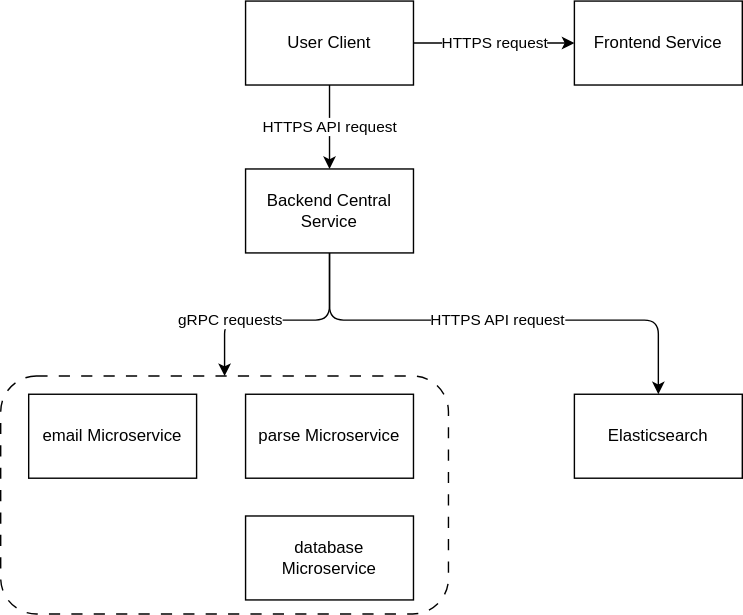
dongmingli-Ben/email-wizard keeps this draw.io diagram as assets/architecture.drawio.svg. Above is the earlier version. Source tidied: cells renumbered, new cells last; positions are measured from the earlier drawing's top-left corner, leaving out a move shared by most shapes.
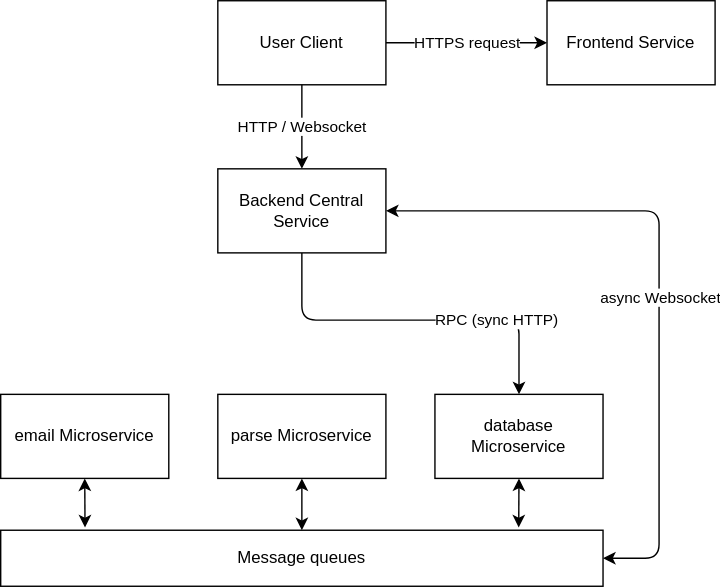
Above is the later version.

The edit, as a diff of the source:
```diff
@@ -2,9 +2,6 @@
   <root>
     <mxCell id="0" />
     <mxCell id="1" parent="0" />
-    <mxCell id="2" style="rounded=1;whiteSpace=wrap;html=1;dashed=1;dashPattern=8 8;" parent="1" vertex="1">
-      <mxGeometry y="268" width="320" height="170" as="geometry" />
-    </mxCell>
     <mxCell id="3" value="HTTPS request" style="edgeStyle=orthogonalEdgeStyle;jumpStyle=none;html=1;exitX=1;exitY=0.5;exitDx=0;exitDy=0;entryX=0;entryY=0.5;entryDx=0;entryDy=0;strokeColor=default;" parent="1" edge="1" source="4" target="6">
       <mxGeometry relative="1" as="geometry">
         <Array as="points">
@@ -16,28 +13,20 @@
     <mxCell id="4" value="User Client" style="rounded=0;whiteSpace=wrap;html=1;" parent="1" vertex="1">
       <mxGeometry x="175" width="120" height="60" as="geometry" />
     </mxCell>
-    <mxCell id="5" value="HTTPS API request" style="edgeStyle=orthogonalEdgeStyle;jumpStyle=none;html=1;exitX=0.5;exitY=1;exitDx=0;exitDy=0;strokeColor=default;entryX=0.5;entryY=0;entryDx=0;entryDy=0;" parent="1" edge="1" source="4" target="9">
+    <mxCell id="5" value="HTTP / Websocket" style="edgeStyle=orthogonalEdgeStyle;jumpStyle=none;html=1;exitX=0.5;exitY=1;exitDx=0;exitDy=0;strokeColor=default;entryX=0.5;entryY=0;entryDx=0;entryDy=0;" parent="1" edge="1" source="4" target="9">
       <mxGeometry relative="1" as="geometry" />
     </mxCell>
     <mxCell id="6" value="Frontend Service" style="rounded=0;whiteSpace=wrap;html=1;" parent="1" vertex="1">
       <mxGeometry x="410" width="120" height="60" as="geometry" />
     </mxCell>
-    <mxCell id="7" value="gRPC requests" style="edgeStyle=orthogonalEdgeStyle;html=1;exitX=0.5;exitY=1;exitDx=0;exitDy=0;entryX=0.5;entryY=0;entryDx=0;entryDy=0;" parent="1" edge="1" source="9" target="2">
+    <mxCell id="7" value="RPC (sync HTTP)" style="edgeStyle=orthogonalEdgeStyle;html=1;exitX=0.5;exitY=1;exitDx=0;exitDy=0;entryX=0.5;entryY=0;entryDx=0;entryDy=0;" parent="1" edge="1" source="9" target="12">
       <mxGeometry x="0.46" relative="1" as="geometry">
         <Array as="points">
           <mxPoint x="235" y="228" />
-          <mxPoint x="160" y="228" />
+          <mxPoint x="390" y="228" />
         </Array>
       </mxGeometry>
     </mxCell>
-    <mxCell id="8" value="HTTPS API request" style="edgeStyle=orthogonalEdgeStyle;html=1;exitX=0.5;exitY=1;exitDx=0;exitDy=0;entryX=0.5;entryY=0;entryDx=0;entryDy=0;" parent="1" edge="1" source="9" target="13">
-      <mxGeometry relative="1" as="geometry">
-        <Array as="points">
-          <mxPoint x="235" y="228" />
-          <mxPoint x="470" y="228" />
-        </Array>
-      </mxGeometry>
-    </mxCell>
     <mxCell id="9" value="Backend Central Service" style="rounded=0;whiteSpace=wrap;html=1;" parent="1" vertex="1">
       <mxGeometry x="175" y="120" width="120" height="60" as="geometry" />
     </mxCell>
@@ -48,10 +37,30 @@
       <mxGeometry x="175" y="281" width="120" height="60" as="geometry" />
     </mxCell>
     <mxCell id="12" value="database Microservice" style="rounded=0;whiteSpace=wrap;html=1;" parent="1" vertex="1">
-      <mxGeometry x="175" y="368" width="120" height="60" as="geometry" />
+      <mxGeometry x="330" y="281" width="120" height="60" as="geometry" />
     </mxCell>
-    <mxCell id="13" value="Elasticsearch" style="rounded=0;whiteSpace=wrap;html=1;" parent="1" vertex="1">
-      <mxGeometry x="410" y="281" width="120" height="60" as="geometry" />
-    </mxCell>
+    <mxCell id="8" value="Message queues" style="rounded=0;whiteSpace=wrap;html=1;" parent="1" vertex="1">
+      <mxGeometry x="20" y="378" width="430" height="40" as="geometry" />
+    </mxCell>
+    <mxCell id="14" style="endArrow=classic;startArrow=classic;html=1;exitX=0.5;exitY=1;exitDx=0;exitDy=0;entryX=0.14;entryY=-0.05;entryDx=0;entryDy=0;entryPerimeter=0;" parent="1" edge="1" source="10" target="8">
+      <mxGeometry relative="1" as="geometry" />
+    </mxCell>
+    <mxCell id="15" style="endArrow=classic;startArrow=classic;html=1;exitX=0.5;exitY=1;exitDx=0;exitDy=0;entryX=0.5;entryY=0;entryDx=0;entryDy=0;" parent="1" edge="1" source="11" target="8">
+      <mxGeometry relative="1" as="geometry" />
+    </mxCell>
+    <mxCell id="16" style="endArrow=classic;startArrow=classic;html=1;entryX=0.5;entryY=1;entryDx=0;entryDy=0;exitX=0.86;exitY=-0.05;exitDx=0;exitDy=0;exitPerimeter=0;" parent="1" edge="1" source="8" target="12">
+      <mxGeometry relative="1" as="geometry" />
+    </mxCell>
+    <mxCell id="17" style="endArrow=classic;startArrow=classic;html=1;entryX=1;entryY=0.5;entryDx=0;entryDy=0;exitX=1;exitY=0.5;exitDx=0;exitDy=0;" parent="1" edge="1" source="8" target="9">
+      <mxGeometry relative="1" as="geometry">
+        <Array as="points">
+          <mxPoint x="490" y="398" />
+          <mxPoint x="490" y="150" />
+        </Array>
+      </mxGeometry>
+    </mxCell>
+    <mxCell id="18" value="async Websocket" style="edgeLabel;html=1;align=center;verticalAlign=middle;" parent="17" vertex="1">
+      <mxGeometry x="-0.06" relative="1" as="geometry" />
+    </mxCell>
   </root>
 </mxGraphModel>
```
